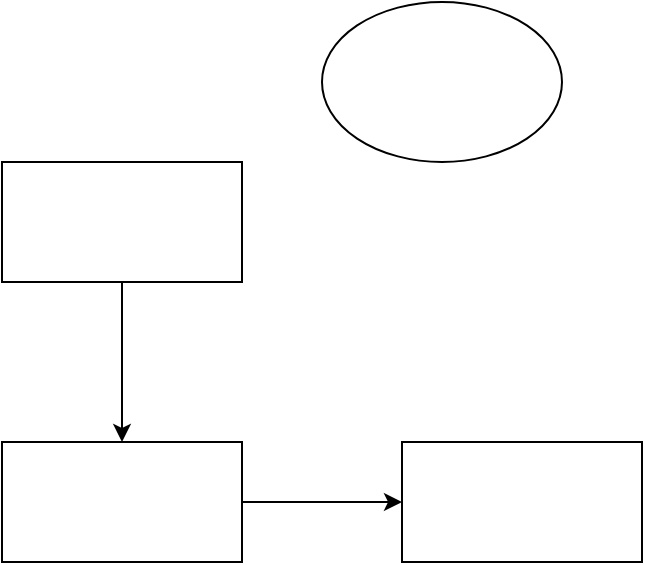
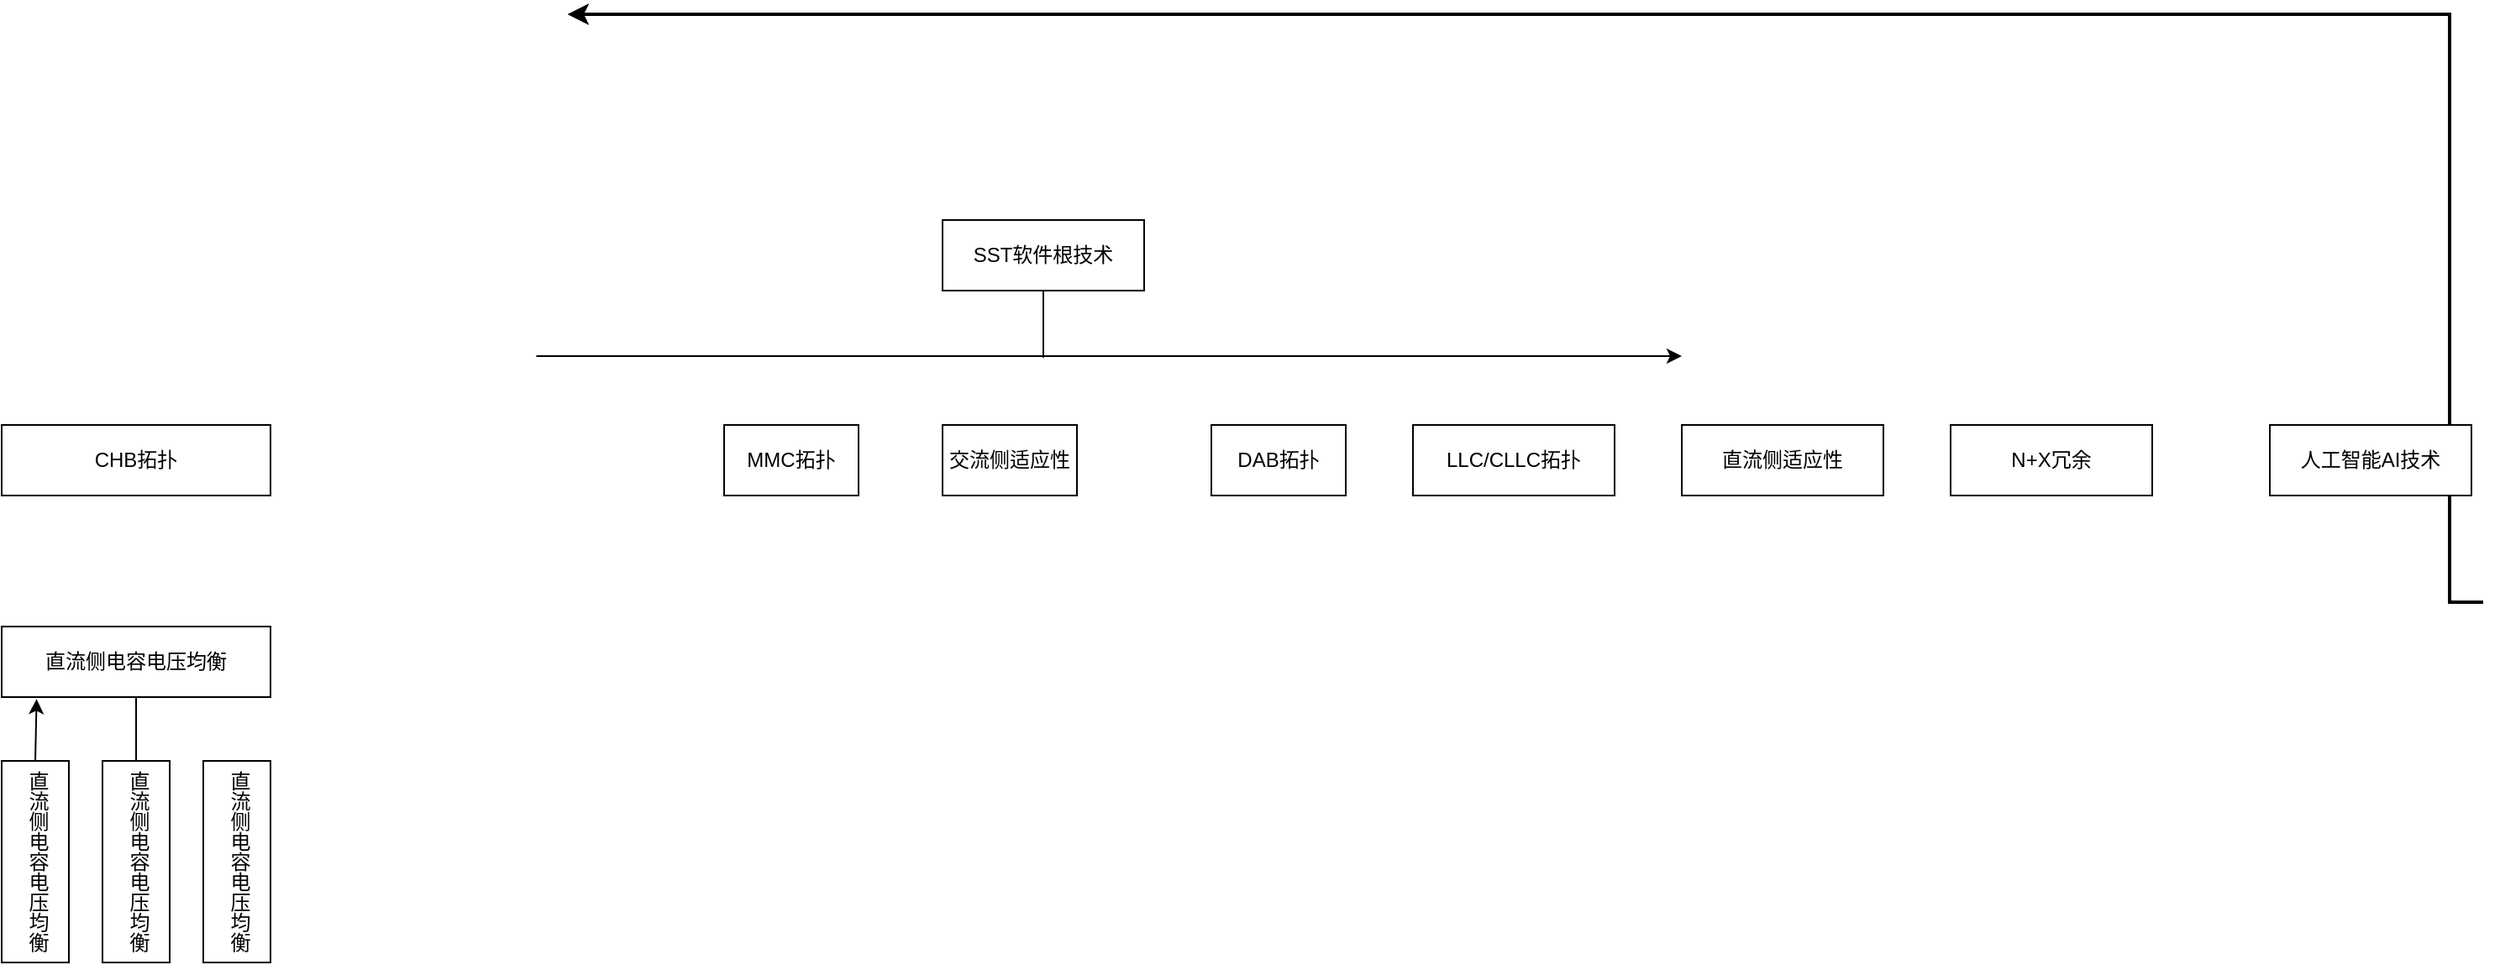
<mxfile host="app.diagrams.net">
-   <diagram name="第 1 页" id="yJXxDQ2Hg5-Q3f_0AOA0">
-     <mxGraphModel dx="768" dy="527" grid="1" gridSize="10" guides="1" tooltips="1" connect="1" arrows="1" fold="1" page="1" pageScale="1" pageWidth="827" pageHeight="1169" math="0" shadow="0">
+   <diagram name="Page-1" id="yJXxDQ2Hg5-Q3f_0AOA0">
+     <mxGraphModel dx="995" dy="327" grid="1" gridSize="10" guides="1" tooltips="1" connect="1" arrows="1" fold="1" page="0" pageScale="1" pageWidth="827" pageHeight="1169" math="0" shadow="0">
      <root>
        <mxCell id="0" />
        <mxCell id="1" parent="0" />
-         <mxCell id="YOXDJ1svuCKyHn5wLyVU-3" edge="1" parent="1" source="eIsoIy20_jtOCNLfOfH3-1" style="edgeStyle=orthogonalEdgeStyle;rounded=0;orthogonalLoop=1;jettySize=auto;html=1;" target="YOXDJ1svuCKyHn5wLyVU-2" value="">
+         <mxCell id="fCmdW6MMkwJ5almj5v2a-87" edge="1" parent="1" style="edgeStyle=elbowEdgeStyle;elbow=horizontal;strokeWidth=2;rounded=0" target="fCmdW6MMkwJ5almj5v2a-50" value="">
+           <mxGeometry height="100" width="100" x="-23" y="135.5" as="geometry">
+             <Array as="points">
+               <mxPoint x="1217" y="565.5" />
+             </Array>
+             <mxPoint x="1237" y="505.5" as="sourcePoint" />
+             <mxPoint x="97" y="155.5" as="targetPoint" />
+           </mxGeometry>
+         </mxCell>
+         <mxCell id="fCmdW6MMkwJ5almj5v2a-88" edge="1" parent="1" style="edgeStyle=elbowEdgeStyle;elbow=horizontal;strokeWidth=2;rounded=0" target="fCmdW6MMkwJ5almj5v2a-51" value="">
+           <mxGeometry height="100" width="100" x="-23" y="135.5" as="geometry">
+             <Array as="points">
+               <mxPoint x="1217" y="595.5" />
+             </Array>
+             <mxPoint x="1237" y="505.5" as="sourcePoint" />
+             <mxPoint x="97" y="155.5" as="targetPoint" />
+           </mxGeometry>
+         </mxCell>
+         <mxCell id="fCmdW6MMkwJ5almj5v2a-89" edge="1" parent="1" style="edgeStyle=elbowEdgeStyle;elbow=horizontal;strokeWidth=2;rounded=0" target="fCmdW6MMkwJ5almj5v2a-52" value="">
+           <mxGeometry height="100" width="100" x="-23" y="135.5" as="geometry">
+             <Array as="points">
+               <mxPoint x="1217" y="645.5" />
+             </Array>
+             <mxPoint x="1237" y="505.5" as="sourcePoint" />
+             <mxPoint x="97" y="155.5" as="targetPoint" />
+           </mxGeometry>
+         </mxCell>
+         <mxCell id="fCmdW6MMkwJ5almj5v2a-107" parent="1" style="rounded=0;whiteSpace=wrap;html=1;" value="SST软件根技术" vertex="1">
+           <mxGeometry height="42" width="120" x="320" y="278" as="geometry" />
+         </mxCell>
+         <mxCell id="fCmdW6MMkwJ5almj5v2a-108" edge="1" parent="1" style="edgeStyle=none;orthogonalLoop=1;jettySize=auto;html=1;rounded=0;" value="">
+           <mxGeometry relative="1" width="80" as="geometry">
+             <Array as="points" />
+             <mxPoint x="78.22224934895833" y="359" as="sourcePoint" />
+             <mxPoint x="760" y="359" as="targetPoint" />
+           </mxGeometry>
+         </mxCell>
+         <mxCell id="fCmdW6MMkwJ5almj5v2a-109" edge="1" parent="1" style="edgeStyle=none;orthogonalLoop=1;jettySize=auto;html=1;rounded=0;endArrow=none;endFill=0;" value="">
+           <mxGeometry relative="1" width="80" as="geometry">
+             <Array as="points" />
+             <mxPoint x="380" y="320" as="sourcePoint" />
+             <mxPoint x="380" y="360" as="targetPoint" />
+           </mxGeometry>
+         </mxCell>
+         <mxCell id="fCmdW6MMkwJ5almj5v2a-111" parent="1" style="rounded=0;whiteSpace=wrap;html=1;" value="CHB拓扑" vertex="1">
+           <mxGeometry height="42" width="160" x="-240" y="400" as="geometry" />
+         </mxCell>
+         <mxCell id="fCmdW6MMkwJ5almj5v2a-112" parent="1" style="rounded=0;whiteSpace=wrap;html=1;" value="MMC拓扑" vertex="1">
+           <mxGeometry height="42" width="80" x="190" y="400" as="geometry" />
+         </mxCell>
+         <mxCell id="fCmdW6MMkwJ5almj5v2a-113" parent="1" style="rounded=0;whiteSpace=wrap;html=1;" value="交流侧适应性" vertex="1">
+           <mxGeometry height="42" width="80" x="320" y="400" as="geometry" />
+         </mxCell>
+         <mxCell id="fCmdW6MMkwJ5almj5v2a-114" parent="1" style="rounded=0;whiteSpace=wrap;html=1;" value="DAB拓扑" vertex="1">
+           <mxGeometry height="42" width="80" x="480" y="400" as="geometry" />
+         </mxCell>
+         <mxCell id="fCmdW6MMkwJ5almj5v2a-115" parent="1" style="rounded=0;whiteSpace=wrap;html=1;" value="LLC/CLLC拓扑" vertex="1">
+           <mxGeometry height="42" width="120" x="600" y="400" as="geometry" />
+         </mxCell>
+         <mxCell id="fCmdW6MMkwJ5almj5v2a-116" parent="1" style="rounded=0;whiteSpace=wrap;html=1;" value="直流侧适应性" vertex="1">
+           <mxGeometry height="42" width="120" x="760" y="400" as="geometry" />
+         </mxCell>
+         <mxCell id="fCmdW6MMkwJ5almj5v2a-117" parent="1" style="rounded=0;whiteSpace=wrap;html=1;" value="N+X冗余" vertex="1">
+           <mxGeometry height="42" width="120" x="920" y="400" as="geometry" />
+         </mxCell>
+         <mxCell id="fCmdW6MMkwJ5almj5v2a-118" parent="1" style="rounded=0;whiteSpace=wrap;html=1;" value="人工智能AI技术" vertex="1">
+           <mxGeometry height="42" width="120" x="1110" y="400" as="geometry" />
+         </mxCell>
+         <mxCell id="fCmdW6MMkwJ5almj5v2a-119" parent="1" style="rounded=0;whiteSpace=wrap;html=1;direction=north;flipV=0;legacyAnchorPoints=0;flipH=0;textDirection=vertical-lr;" value="&lt;div&gt;直流侧电容电压均衡&lt;/div&gt;" vertex="1">
+           <mxGeometry height="120" width="40" x="-240" y="600" as="geometry" />
+         </mxCell>
+         <mxCell id="fCmdW6MMkwJ5almj5v2a-124" edge="1" parent="1" source="fCmdW6MMkwJ5almj5v2a-120" style="edgeStyle=orthogonalEdgeStyle;rounded=0;orthogonalLoop=1;jettySize=auto;html=1;exitX=1;exitY=0.5;exitDx=0;exitDy=0;entryX=0.5;entryY=1;entryDx=0;entryDy=0;endArrow=none;endFill=0;" target="fCmdW6MMkwJ5almj5v2a-122">
          <mxGeometry relative="1" as="geometry" />
        </mxCell>
-         <mxCell id="eIsoIy20_jtOCNLfOfH3-1" parent="1" style="rounded=0;whiteSpace=wrap;html=1;" value="" vertex="1">
-           <mxGeometry height="60" width="120" x="240" y="180" as="geometry" />
+         <mxCell id="fCmdW6MMkwJ5almj5v2a-120" parent="1" style="rounded=0;whiteSpace=wrap;html=1;direction=north;flipV=0;legacyAnchorPoints=0;flipH=0;textDirection=vertical-lr;" value="&lt;div&gt;直流侧电容电压均衡&lt;/div&gt;" vertex="1">
+           <mxGeometry height="120" width="40" x="-180" y="600" as="geometry" />
        </mxCell>
-         <mxCell id="YOXDJ1svuCKyHn5wLyVU-1" parent="1" style="ellipse;whiteSpace=wrap;html=1;" value="" vertex="1">
-           <mxGeometry height="80" width="120" x="400" y="100" as="geometry" />
+         <mxCell id="fCmdW6MMkwJ5almj5v2a-121" parent="1" style="rounded=0;whiteSpace=wrap;html=1;direction=north;flipV=0;legacyAnchorPoints=0;flipH=0;textDirection=vertical-lr;" value="&lt;div&gt;直流侧电容电压均衡&lt;/div&gt;" vertex="1">
+           <mxGeometry height="120" width="40" x="-120" y="600" as="geometry" />
        </mxCell>
-         <mxCell id="YOXDJ1svuCKyHn5wLyVU-5" edge="1" parent="1" source="YOXDJ1svuCKyHn5wLyVU-2" style="edgeStyle=orthogonalEdgeStyle;rounded=0;orthogonalLoop=1;jettySize=auto;html=1;" target="YOXDJ1svuCKyHn5wLyVU-4" value="">
+         <mxCell id="fCmdW6MMkwJ5almj5v2a-122" parent="1" style="rounded=0;whiteSpace=wrap;html=1;" value="直流侧电容电压均衡" vertex="1">
+           <mxGeometry height="42" width="160" x="-240" y="520" as="geometry" />
+         </mxCell>
+         <mxCell id="fCmdW6MMkwJ5almj5v2a-123" edge="1" parent="1" source="fCmdW6MMkwJ5almj5v2a-119" style="edgeStyle=orthogonalEdgeStyle;rounded=0;orthogonalLoop=1;jettySize=auto;html=1;exitX=1;exitY=0.5;exitDx=0;exitDy=0;entryX=0.13;entryY=1.028;entryDx=0;entryDy=0;entryPerimeter=0;" target="fCmdW6MMkwJ5almj5v2a-122">
          <mxGeometry relative="1" as="geometry" />
-         </mxCell>
-         <mxCell id="YOXDJ1svuCKyHn5wLyVU-2" parent="1" style="rounded=0;whiteSpace=wrap;html=1;" value="" vertex="1">
-           <mxGeometry height="60" width="120" x="240" y="320" as="geometry" />
-         </mxCell>
-         <mxCell id="YOXDJ1svuCKyHn5wLyVU-4" parent="1" style="rounded=0;whiteSpace=wrap;html=1;" value="" vertex="1">
-           <mxGeometry height="60" width="120" x="440" y="320" as="geometry" />
        </mxCell>
      </root>
    </mxGraphModel>
  </diagram>
</mxfile>
